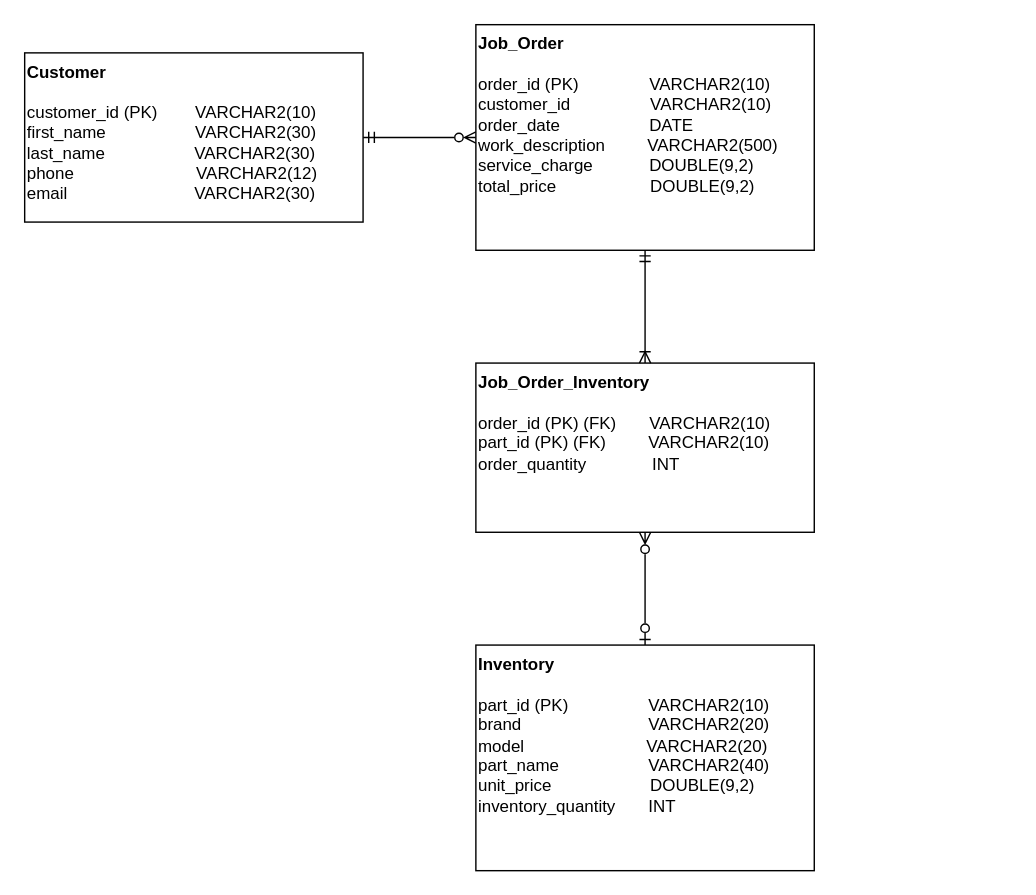
Before: Documents/ERD.drawio in paphopta/cprg211_project, a draw.io diagram. Source tidied: cells renumbered, new cells numbered last; positions are measured from the earlier drawing's top-left corner, leaving out a move shared by most shapes. Both pictures are drawn from the tidied source at 141%, with x=0, y=0 at pixel (24, 24).
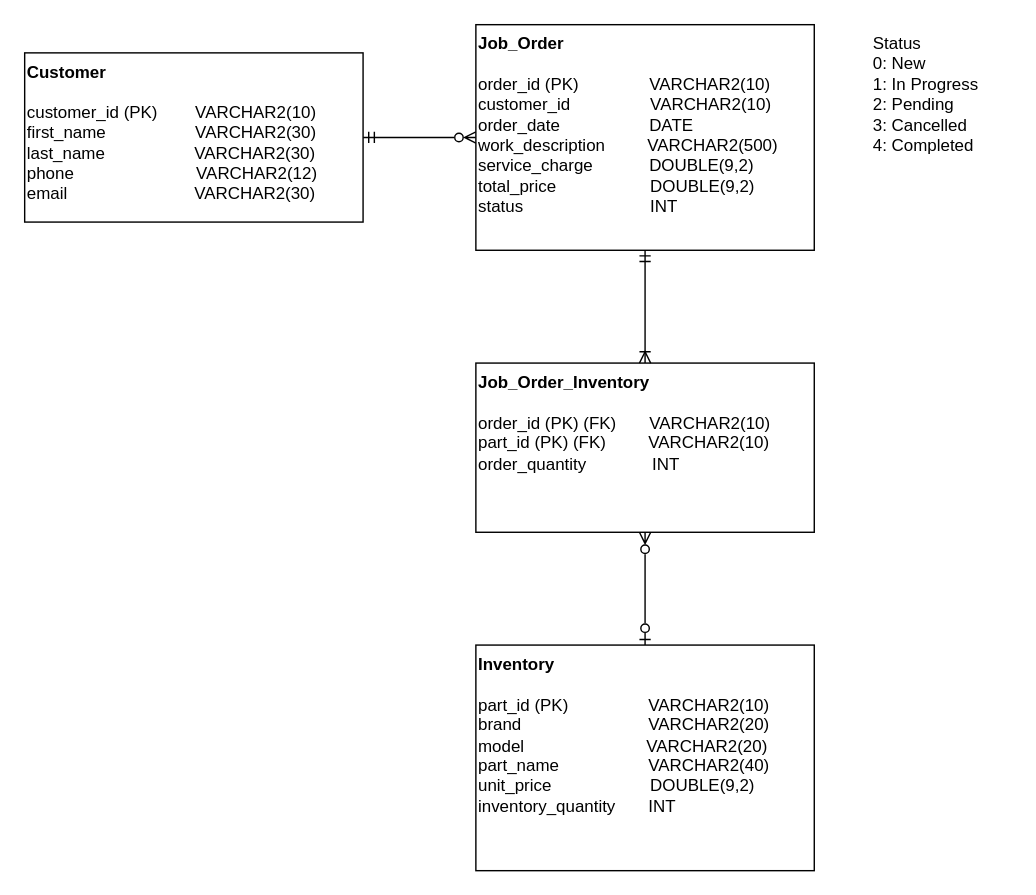
The same page after the edit.

Commit message (it also covers changes not shown here):
Add status column in job order table

Change to the diagram source:
```diff
@@
 <mxGraphModel>
   <root>
     <mxCell id="0" />
     <mxCell id="1" parent="0" />
     <mxCell id="2" style="edgeStyle=orthogonalEdgeStyle;rounded=0;jettySize=auto;html=1;exitX=1;exitY=0.5;exitDx=0;exitDy=0;entryX=0;entryY=0.5;entryDx=0;entryDy=0;endArrow=ERzeroToMany;endFill=0;startArrow=ERmandOne;startFill=0;" parent="1" edge="1" source="3" target="5">
       <mxGeometry relative="1" as="geometry" />
     </mxCell>
     <mxCell id="3" value="&lt;b&gt;Customer&lt;/b&gt;&lt;div&gt;&lt;br&gt;&lt;/div&gt;&lt;div&gt;customer_id (PK)&amp;nbsp; &amp;nbsp; &amp;nbsp; &amp;nbsp;&amp;nbsp;&lt;span style=&quot;background-color: transparent; color: light-dark(rgb(0, 0, 0), rgb(255, 255, 255));&quot;&gt;VARCHAR2(10)&lt;/span&gt;&lt;/div&gt;&lt;div&gt;first_name&amp;nbsp; &amp;nbsp; &amp;nbsp; &amp;nbsp; &amp;nbsp; &amp;nbsp; &amp;nbsp; &amp;nbsp; &amp;nbsp; &amp;nbsp;VARCHAR2(30)&lt;/div&gt;&lt;div&gt;last_name&lt;span style=&quot;background-color: transparent; color: light-dark(rgb(0, 0, 0), rgb(255, 255, 255));&quot;&gt;&amp;nbsp; &amp;nbsp; &amp;nbsp; &amp;nbsp; &amp;nbsp; &amp;nbsp; &amp;nbsp; &amp;nbsp; &amp;nbsp; &amp;nbsp;VARCHAR2(30)&lt;/span&gt;&lt;/div&gt;&lt;div&gt;phone&lt;span style=&quot;background-color: transparent; color: light-dark(rgb(0, 0, 0), rgb(255, 255, 255));&quot;&gt;&amp;nbsp; &amp;nbsp; &amp;nbsp; &amp;nbsp; &amp;nbsp; &amp;nbsp; &amp;nbsp; &amp;nbsp; &amp;nbsp; &amp;nbsp; &amp;nbsp; &amp;nbsp; &amp;nbsp; VARCHAR2(12)&lt;/span&gt;&lt;/div&gt;&lt;div&gt;email&lt;span style=&quot;background-color: transparent; color: light-dark(rgb(0, 0, 0), rgb(255, 255, 255));&quot;&gt;&amp;nbsp; &amp;nbsp; &amp;nbsp; &amp;nbsp; &amp;nbsp; &amp;nbsp; &amp;nbsp; &amp;nbsp; &amp;nbsp; &amp;nbsp; &amp;nbsp; &amp;nbsp; &amp;nbsp; &amp;nbsp;VARCHAR2(30)&lt;/span&gt;&lt;/div&gt;" style="rounded=0;whiteSpace=wrap;html=1;align=left;verticalAlign=top;" parent="1" vertex="1">
       <mxGeometry y="20" width="240" height="120" as="geometry" />
     </mxCell>
     <mxCell id="4" value="&lt;div&gt;&lt;b&gt;Inventory&lt;/b&gt;&lt;/div&gt;&lt;div&gt;&lt;br&gt;&lt;/div&gt;&lt;div&gt;part_id (PK)&amp;nbsp; &amp;nbsp; &amp;nbsp; &amp;nbsp; &amp;nbsp; &amp;nbsp; &amp;nbsp; &amp;nbsp; &amp;nbsp;&lt;span style=&quot;background-color: transparent; color: light-dark(rgb(0, 0, 0), rgb(255, 255, 255));&quot;&gt;VARCHAR2(10)&lt;/span&gt;&lt;/div&gt;&lt;div&gt;brand&lt;span style=&quot;background-color: transparent; color: light-dark(rgb(0, 0, 0), rgb(255, 255, 255));&quot;&gt;&amp;nbsp; &amp;nbsp; &amp;nbsp; &amp;nbsp; &amp;nbsp; &amp;nbsp; &amp;nbsp; &amp;nbsp; &amp;nbsp; &amp;nbsp; &amp;nbsp; &amp;nbsp; &amp;nbsp; &amp;nbsp;VARCHAR2(20)&lt;/span&gt;&lt;/div&gt;&lt;div&gt;model&lt;span style=&quot;background-color: transparent; color: light-dark(rgb(0, 0, 0), rgb(255, 255, 255));&quot;&gt;&amp;nbsp; &amp;nbsp; &amp;nbsp; &amp;nbsp; &amp;nbsp; &amp;nbsp; &amp;nbsp; &amp;nbsp; &amp;nbsp; &amp;nbsp; &amp;nbsp; &amp;nbsp; &amp;nbsp; VARCHAR2(20)&lt;/span&gt;&lt;/div&gt;&lt;div&gt;part_name&lt;span style=&quot;background-color: transparent; color: light-dark(rgb(0, 0, 0), rgb(255, 255, 255));&quot;&gt;&amp;nbsp; &amp;nbsp; &amp;nbsp; &amp;nbsp; &amp;nbsp; &amp;nbsp; &amp;nbsp; &amp;nbsp; &amp;nbsp; &amp;nbsp;VARCHAR2(40)&lt;/span&gt;&lt;/div&gt;&lt;div&gt;unit_price&amp;nbsp; &amp;nbsp; &amp;nbsp; &amp;nbsp; &amp;nbsp; &amp;nbsp; &amp;nbsp; &amp;nbsp; &amp;nbsp; &amp;nbsp; &amp;nbsp;DOUBLE(9,2)&lt;/div&gt;&lt;div&gt;inventory_quantity&amp;nbsp; &amp;nbsp; &amp;nbsp; &amp;nbsp;INT&lt;/div&gt;" style="rounded=0;whiteSpace=wrap;html=1;align=left;verticalAlign=top;" parent="1" vertex="1">
       <mxGeometry x="320" y="440" width="240" height="160" as="geometry" />
     </mxCell>
-    <mxCell id="5" value="&lt;b&gt;Job_Order&lt;/b&gt;&lt;div&gt;&lt;br&gt;&lt;/div&gt;&lt;div&gt;order_id (PK)&lt;span style=&quot;background-color: transparent; color: light-dark(rgb(0, 0, 0), rgb(255, 255, 255));&quot;&gt;&amp;nbsp; &amp;nbsp; &amp;nbsp; &amp;nbsp; &amp;nbsp; &amp;nbsp; &amp;nbsp; &amp;nbsp;&lt;/span&gt;&lt;span style=&quot;background-color: transparent; color: light-dark(rgb(0, 0, 0), rgb(255, 255, 255));&quot;&gt;VARCHAR2(10)&lt;/span&gt;&lt;/div&gt;&lt;div&gt;customer_id&lt;span style=&quot;background-color: transparent; color: light-dark(rgb(0, 0, 0), rgb(255, 255, 255));&quot;&gt;&amp;nbsp; &amp;nbsp; &amp;nbsp; &amp;nbsp; &amp;nbsp; &amp;nbsp; &amp;nbsp; &amp;nbsp; &amp;nbsp;&lt;/span&gt;&lt;span style=&quot;background-color: transparent; color: light-dark(rgb(0, 0, 0), rgb(255, 255, 255));&quot;&gt;VARCHAR2(10)&lt;/span&gt;&lt;/div&gt;&lt;div&gt;order_date&amp;nbsp; &amp;nbsp; &amp;nbsp; &amp;nbsp; &amp;nbsp; &amp;nbsp; &amp;nbsp; &amp;nbsp; &amp;nbsp; &amp;nbsp;DATE&lt;/div&gt;&lt;div&gt;work_description&amp;nbsp; &amp;nbsp; &amp;nbsp; &amp;nbsp; &amp;nbsp;&lt;span style=&quot;background-color: transparent; color: light-dark(rgb(0, 0, 0), rgb(255, 255, 255));&quot;&gt;VARCHAR2(500)&lt;/span&gt;&lt;/div&gt;&lt;div&gt;&lt;span style=&quot;background-color: transparent; color: light-dark(rgb(0, 0, 0), rgb(255, 255, 255));&quot;&gt;service_charge&amp;nbsp; &amp;nbsp; &amp;nbsp; &amp;nbsp; &amp;nbsp; &amp;nbsp;&amp;nbsp;&lt;/span&gt;&lt;span style=&quot;background-color: transparent; color: light-dark(rgb(0, 0, 0), rgb(255, 255, 255));&quot;&gt;DOUBLE(9,2)&lt;/span&gt;&lt;/div&gt;&lt;div&gt;total_price&lt;span style=&quot;background-color: transparent; color: light-dark(rgb(0, 0, 0), rgb(255, 255, 255));&quot;&gt;&amp;nbsp; &amp;nbsp; &amp;nbsp; &amp;nbsp; &amp;nbsp; &amp;nbsp; &amp;nbsp; &amp;nbsp; &amp;nbsp; &amp;nbsp; DOUBLE(9,2)&lt;/span&gt;&lt;/div&gt;" style="rounded=0;whiteSpace=wrap;html=1;align=left;verticalAlign=top;" parent="1" vertex="1">
+    <mxCell id="5" value="&lt;b&gt;Job_Order&lt;/b&gt;&lt;div&gt;&lt;br&gt;&lt;/div&gt;&lt;div&gt;order_id (PK)&lt;span style=&quot;background-color: transparent; color: light-dark(rgb(0, 0, 0), rgb(255, 255, 255));&quot;&gt;&amp;nbsp; &amp;nbsp; &amp;nbsp; &amp;nbsp; &amp;nbsp; &amp;nbsp; &amp;nbsp; &amp;nbsp;&lt;/span&gt;&lt;span style=&quot;background-color: transparent; color: light-dark(rgb(0, 0, 0), rgb(255, 255, 255));&quot;&gt;VARCHAR2(10)&lt;/span&gt;&lt;/div&gt;&lt;div&gt;customer_id&lt;span style=&quot;background-color: transparent; color: light-dark(rgb(0, 0, 0), rgb(255, 255, 255));&quot;&gt;&amp;nbsp; &amp;nbsp; &amp;nbsp; &amp;nbsp; &amp;nbsp; &amp;nbsp; &amp;nbsp; &amp;nbsp; &amp;nbsp;&lt;/span&gt;&lt;span style=&quot;background-color: transparent; color: light-dark(rgb(0, 0, 0), rgb(255, 255, 255));&quot;&gt;VARCHAR2(10)&lt;/span&gt;&lt;/div&gt;&lt;div&gt;order_date&amp;nbsp; &amp;nbsp; &amp;nbsp; &amp;nbsp; &amp;nbsp; &amp;nbsp; &amp;nbsp; &amp;nbsp; &amp;nbsp; &amp;nbsp;DATE&lt;/div&gt;&lt;div&gt;work_description&amp;nbsp; &amp;nbsp; &amp;nbsp; &amp;nbsp; &amp;nbsp;&lt;span style=&quot;background-color: transparent; color: light-dark(rgb(0, 0, 0), rgb(255, 255, 255));&quot;&gt;VARCHAR2(500)&lt;/span&gt;&lt;/div&gt;&lt;div&gt;&lt;span style=&quot;background-color: transparent; color: light-dark(rgb(0, 0, 0), rgb(255, 255, 255));&quot;&gt;service_charge&amp;nbsp; &amp;nbsp; &amp;nbsp; &amp;nbsp; &amp;nbsp; &amp;nbsp;&amp;nbsp;&lt;/span&gt;&lt;span style=&quot;background-color: transparent; color: light-dark(rgb(0, 0, 0), rgb(255, 255, 255));&quot;&gt;DOUBLE(9,2)&lt;/span&gt;&lt;/div&gt;&lt;div&gt;total_price&lt;span style=&quot;background-color: transparent; color: light-dark(rgb(0, 0, 0), rgb(255, 255, 255));&quot;&gt;&amp;nbsp; &amp;nbsp; &amp;nbsp; &amp;nbsp; &amp;nbsp; &amp;nbsp; &amp;nbsp; &amp;nbsp; &amp;nbsp; &amp;nbsp; DOUBLE(9,2)&lt;/span&gt;&lt;/div&gt;&lt;div&gt;&lt;span style=&quot;background-color: transparent; color: light-dark(rgb(0, 0, 0), rgb(255, 255, 255));&quot;&gt;status&amp;nbsp; &amp;nbsp; &amp;nbsp; &amp;nbsp; &amp;nbsp; &amp;nbsp; &amp;nbsp; &amp;nbsp; &amp;nbsp; &amp;nbsp; &amp;nbsp; &amp;nbsp; &amp;nbsp; &amp;nbsp;INT&lt;/span&gt;&lt;/div&gt;" style="rounded=0;whiteSpace=wrap;html=1;align=left;verticalAlign=top;" parent="1" vertex="1">
       <mxGeometry x="320" width="240" height="160" as="geometry" />
     </mxCell>
     <mxCell id="6" value="&lt;b&gt;Job_Order_Inventory&lt;/b&gt;&lt;div&gt;&lt;br&gt;&lt;/div&gt;&lt;div&gt;order_id (PK) (FK)&lt;span style=&quot;background-color: transparent; color: light-dark(rgb(0, 0, 0), rgb(255, 255, 255));&quot;&gt;&amp;nbsp; &amp;nbsp; &amp;nbsp; &amp;nbsp;&lt;/span&gt;&lt;span style=&quot;background-color: transparent; color: light-dark(rgb(0, 0, 0), rgb(255, 255, 255));&quot;&gt;VARCHAR2(10)&lt;/span&gt;&lt;/div&gt;&lt;div&gt;part_id (PK) (FK)&amp;nbsp; &amp;nbsp; &amp;nbsp; &amp;nbsp; &amp;nbsp;&lt;span style=&quot;color: light-dark(rgb(0, 0, 0), rgb(255, 255, 255)); background-color: transparent;&quot;&gt;VARCHAR2(10)&lt;/span&gt;&lt;/div&gt;&lt;div&gt;order_quantity&amp;nbsp; &amp;nbsp; &amp;nbsp; &amp;nbsp; &amp;nbsp; &amp;nbsp; &amp;nbsp; INT&lt;span style=&quot;color: light-dark(rgb(0, 0, 0), rgb(255, 255, 255)); background-color: transparent;&quot;&gt;&lt;/span&gt;&lt;/div&gt;" style="rounded=0;whiteSpace=wrap;html=1;align=left;verticalAlign=top;" parent="1" vertex="1">
       <mxGeometry x="320" y="240" width="240" height="120" as="geometry" />
     </mxCell>
     <mxCell id="7" style="endArrow=ERmandOne;html=1;rounded=0;entryX=0.5;entryY=1;entryDx=0;entryDy=0;endFill=0;startFill=0;startArrow=ERoneToMany;" parent="1" edge="1" source="6" target="5">
       <mxGeometry relative="1" as="geometry" />
     </mxCell>
     <mxCell id="8" style="endArrow=ERzeroToMany;html=1;rounded=0;entryX=0.5;entryY=1;entryDx=0;entryDy=0;exitX=0.5;exitY=0;exitDx=0;exitDy=0;endFill=0;startArrow=ERzeroToOne;startFill=0;" parent="1" edge="1" source="4" target="6">
       <mxGeometry relative="1" as="geometry" />
     </mxCell>
+    <mxCell id="9" value="Status&lt;div&gt;0: New&lt;/div&gt;&lt;div&gt;1: In Progress&lt;/div&gt;&lt;div&gt;2: Pending&lt;/div&gt;&lt;div&gt;3: Cancelled&lt;/div&gt;&lt;div&gt;4: Completed&lt;/div&gt;" style="text;html=1;align=left;verticalAlign=top;strokeColor=none;fillColor=none;" parent="1" vertex="1">
+      <mxGeometry x="600" width="100" height="100" as="geometry" />
+    </mxCell>
   </root>
 </mxGraphModel>
```
